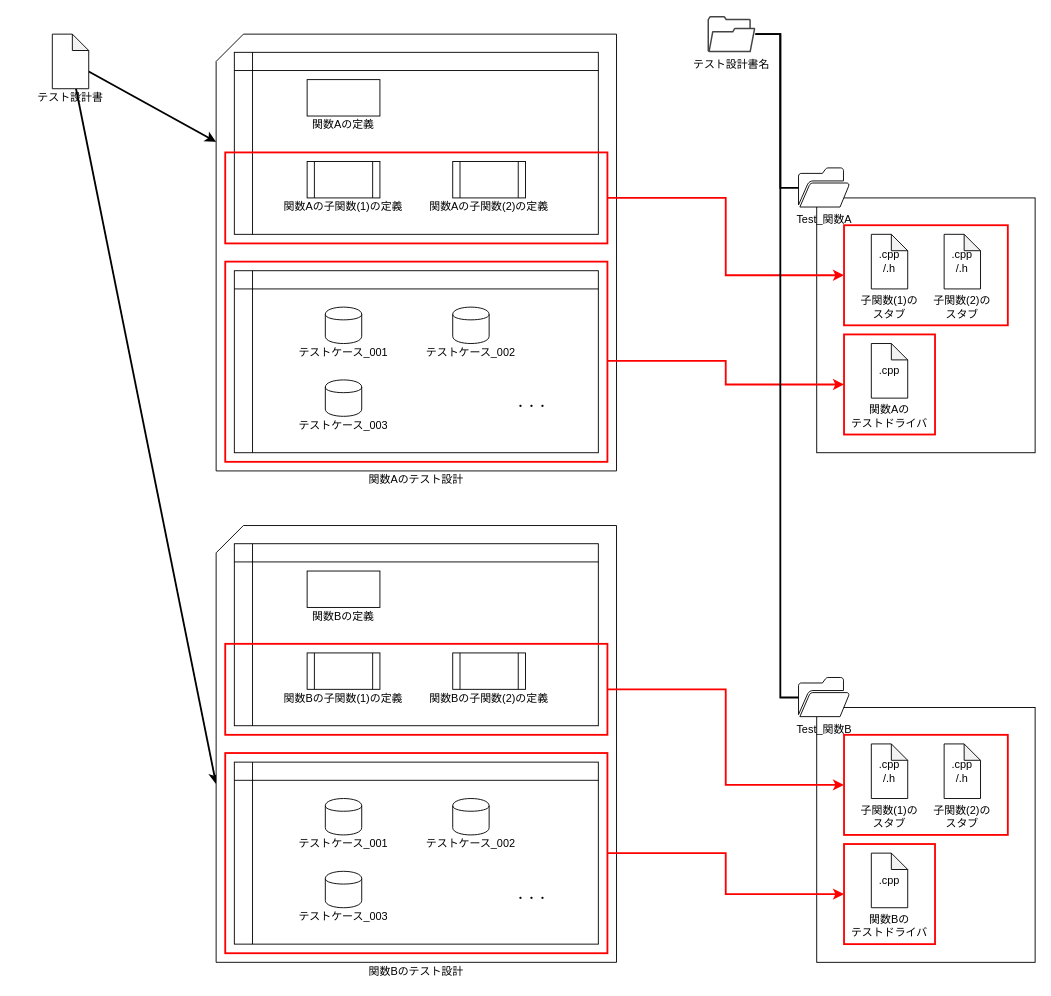
The draw.io diagram AutoTestPrep/doc/design/AutoTestPrep_file_output_layout.drawio in CountrySideEngineer/TestSupportTools, before the edit. Source tidied: cells renumbered, new cells numbered last; positions are measured from the earlier drawing's top-left corner, leaving out a move shared by most shapes. Both pictures are drawn from the tidied source at 91%, with x=0, y=0 at pixel (15, 15).
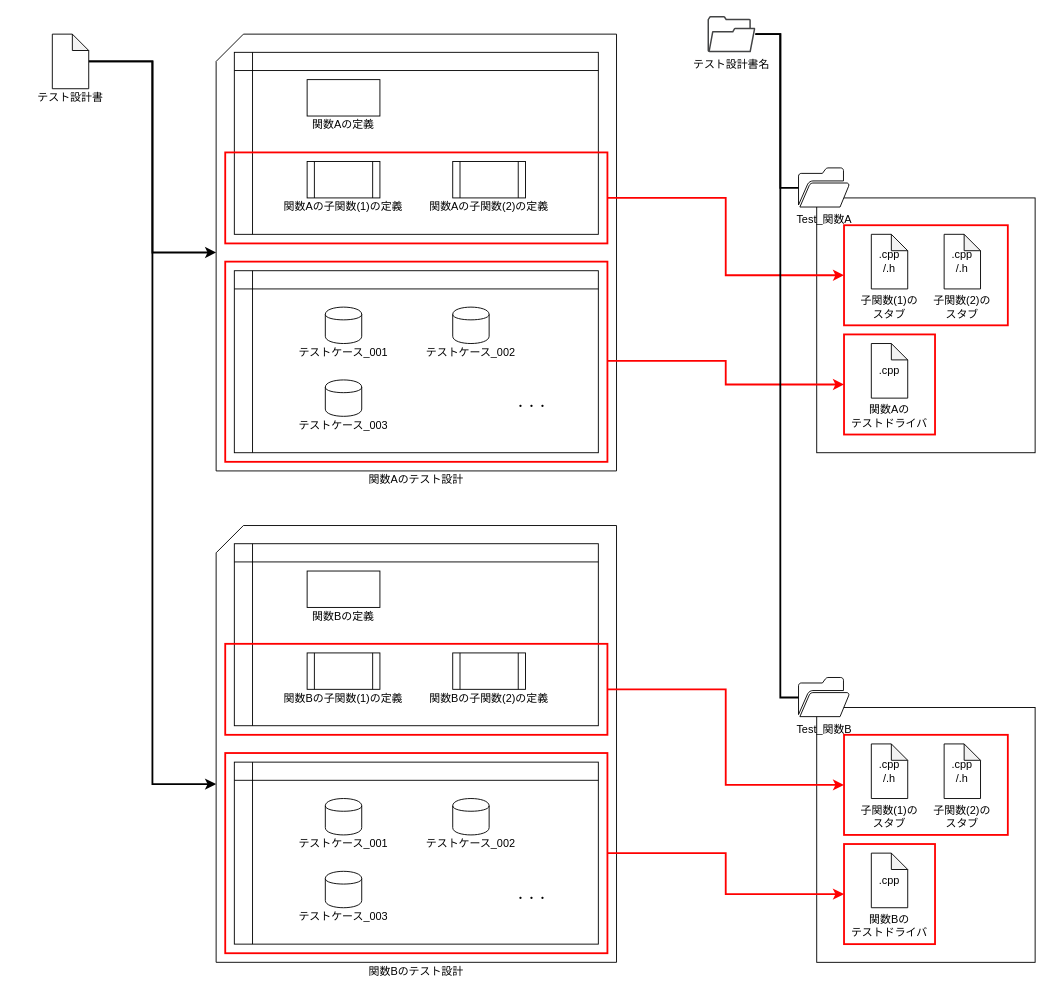
After the change.

Commit message (it also covers changes not shown here):
Update design document.

The change refers to these unchanged cells:
```xml
<mxCell id="7" style="shape=card;whiteSpace=wrap;html=1;size=30;" parent="1" vertex="1">
  <mxGeometry x="220" y="20" width="440" height="480" as="geometry" />
</mxCell>
<mxCell id="10" style="shape=note;whiteSpace=wrap;html=1;backgroundOutline=1;darkOpacity=0.05;size=18;" parent="1" vertex="1">
  <mxGeometry x="40" y="20" width="40" height="60" as="geometry" />
</mxCell>
<mxCell id="28" style="shape=card;whiteSpace=wrap;html=1;size=30;" parent="1" vertex="1">
  <mxGeometry x="220" y="560" width="440" height="480" as="geometry" />
</mxCell>
```

Diff of the diagram source:
```diff
@@
-    <mxCell id="8" style="rounded=0;jettySize=auto;html=1;strokeColor=#000000;strokeWidth=2;" parent="1" edge="1" source="10" target="7">
+    <mxCell id="8" style="rounded=0;jettySize=auto;html=1;strokeColor=#000000;strokeWidth=2;edgeStyle=orthogonalEdgeStyle;" parent="1" edge="1" source="10" target="7">
       <mxGeometry relative="1" as="geometry" />
     </mxCell>
-    <mxCell id="9" style="edgeStyle=none;rounded=0;jettySize=auto;html=1;strokeColor=#000000;strokeWidth=2;entryX=0;entryY=0.592;entryDx=0;entryDy=0;entryPerimeter=0;" parent="1" edge="1" source="10" target="28">
+    <mxCell id="9" style="edgeStyle=orthogonalEdgeStyle;rounded=0;jettySize=auto;html=1;strokeColor=#000000;strokeWidth=2;entryX=0;entryY=0.592;entryDx=0;entryDy=0;entryPerimeter=0;" parent="1" edge="1" source="10" target="28">
       <mxGeometry relative="1" as="geometry" />
     </mxCell>
```
